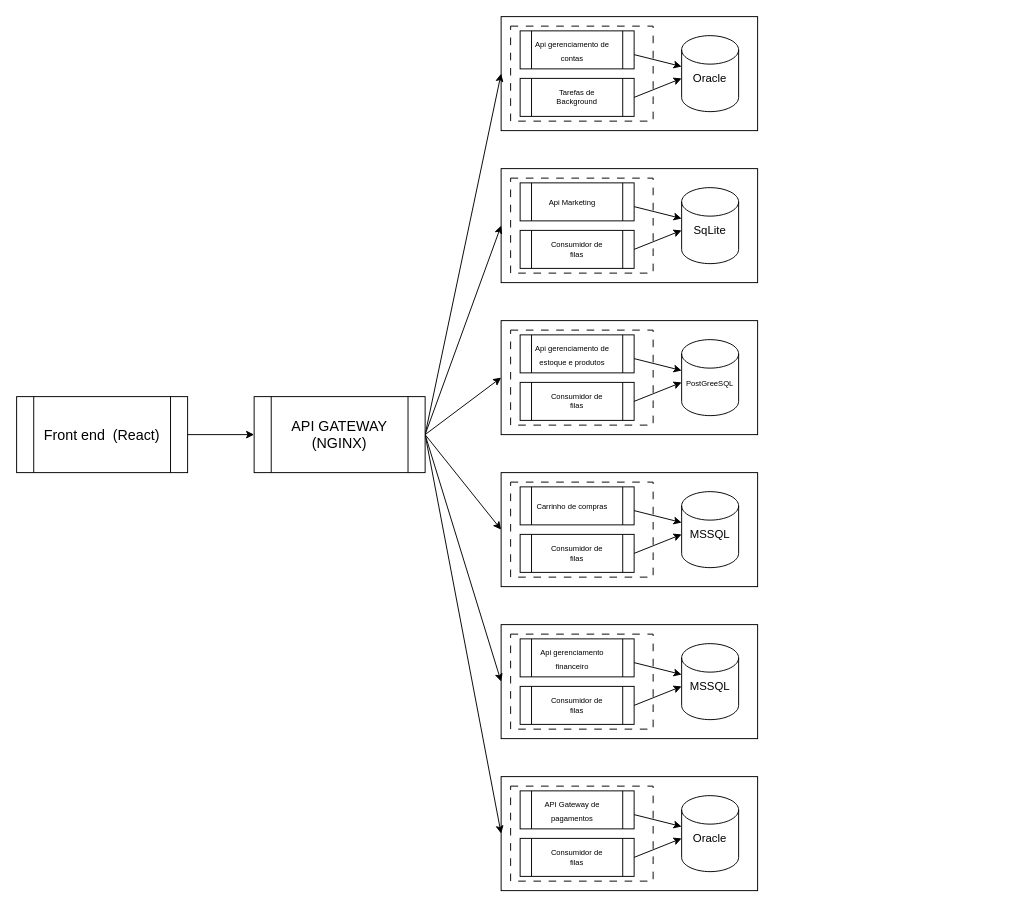
Above: ecommerce.drawio in edusfc15/desenvolvimento_de_servicos_web (draw.io), before the change. Source tidied: cells renumbered, new cells numbered last; positions are measured from the earlier drawing's top-left corner, leaving out a move shared by most shapes. Both pictures are drawn from the tidied source at 95%, with x=0, y=0 at pixel (16, 16).
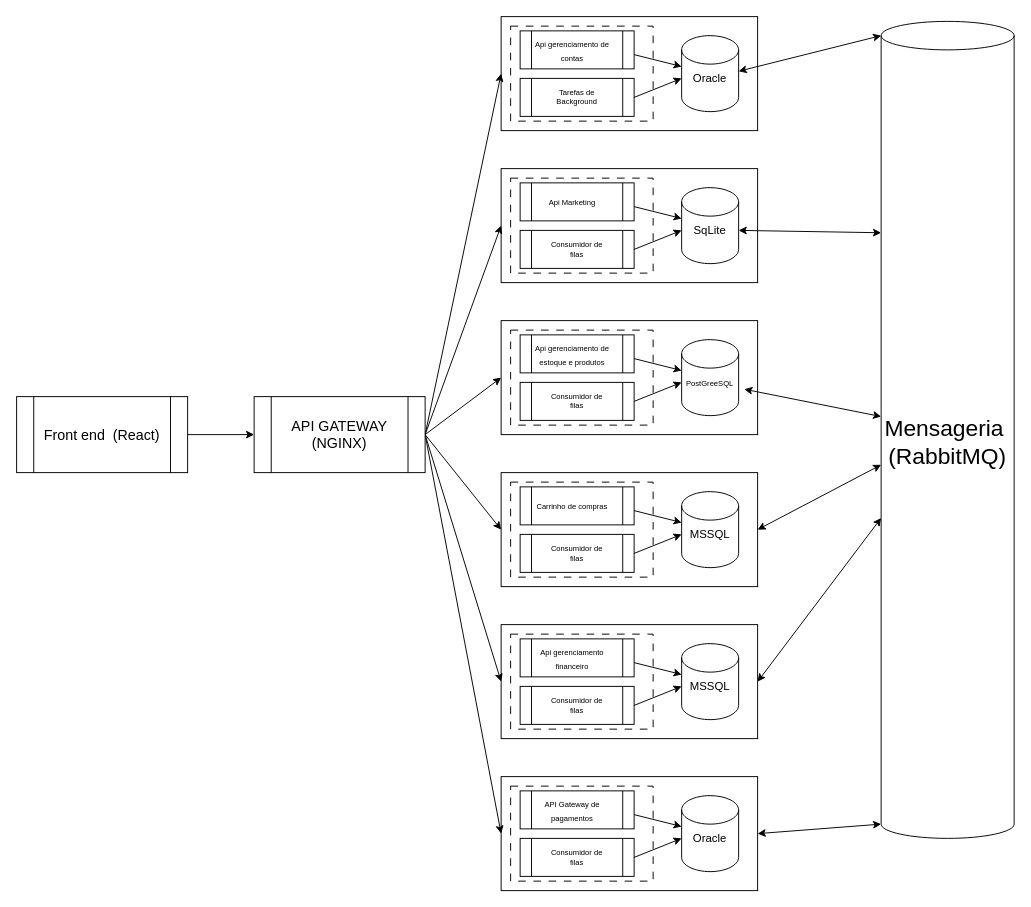
After the change.

Commit message (it also covers changes not shown here):
Adição da mensageria RABBITMQ

Unchanged cells that the change refers to:
```xml
<mxCell id="2" style="whiteSpace=wrap;html=1;" parent="1" vertex="1">
  <mxGeometry x="510" width="270" height="120" as="geometry" />
</mxCell>
<mxCell id="9" value="Oracle" style="text;strokeColor=none;align=center;fillColor=none;html=1;verticalAlign=middle;whiteSpace=wrap;rounded=0;dashed=1;dashPattern=8 8;" parent="1" vertex="1">
  <mxGeometry x="700" y="50" width="60" height="30" as="geometry" />
</mxCell>
<mxCell id="19" value="SqLite" style="text;strokeColor=none;align=center;fillColor=none;html=1;verticalAlign=middle;whiteSpace=wrap;rounded=0;dashed=1;dashPattern=8 8;" parent="1" vertex="1">
  <mxGeometry x="700" y="210" width="60" height="30" as="geometry" />
</mxCell>
<mxCell id="29" value="&lt;font style=&quot;font-size: 8px;&quot;&gt;PostGreeSQL&lt;/font&gt;" style="text;strokeColor=none;align=center;fillColor=none;html=1;verticalAlign=middle;whiteSpace=wrap;rounded=0;dashed=1;dashPattern=8 8;perimeterSpacing=6;" parent="1" vertex="1">
  <mxGeometry x="700" y="370" width="60" height="30" as="geometry" />
</mxCell>
<mxCell id="32" style="whiteSpace=wrap;html=1;" parent="1" vertex="1">
  <mxGeometry x="510" y="480" width="270" height="120" as="geometry" />
</mxCell>
<mxCell id="42" style="whiteSpace=wrap;html=1;" parent="1" vertex="1">
  <mxGeometry x="510" y="640" width="270" height="120" as="geometry" />
</mxCell>
<mxCell id="52" style="whiteSpace=wrap;html=1;" parent="1" vertex="1">
  <mxGeometry x="510" y="800" width="270" height="120" as="geometry" />
</mxCell>
```

What changed in the source:
```diff
@@
+    <mxCell id="71" style="edgeStyle=none;html=1;exitX=1;exitY=0.5;exitDx=0;exitDy=0;fontSize=24;entryX=1;entryY=0.5;entryDx=0;entryDy=0;" parent="1" edge="1" source="2" target="2">
+      <mxGeometry relative="1" as="geometry" />
+    </mxCell>
@@
+    <mxCell id="72" style="edgeStyle=none;html=1;entryX=0;entryY=0;entryDx=0;entryDy=15;entryPerimeter=0;fontSize=24;endArrow=classic;endFill=1;startArrow=classic;startFill=1;" parent="1" edge="1" source="9" target="78">
+      <mxGeometry relative="1" as="geometry" />
+    </mxCell>
@@
+    <mxCell id="73" style="edgeStyle=none;html=1;exitX=1;exitY=0.5;exitDx=0;exitDy=0;entryX=0;entryY=0;entryDx=0;entryDy=222.5;entryPerimeter=0;fontSize=24;startArrow=classic;startFill=1;" parent="1" edge="1" source="19" target="78">
+      <mxGeometry relative="1" as="geometry" />
+    </mxCell>
@@
+    <mxCell id="74" style="edgeStyle=none;html=1;fontSize=24;startArrow=classic;startFill=1;" parent="1" edge="1" source="29" target="78">
+      <mxGeometry relative="1" as="geometry" />
+    </mxCell>
@@
+    <mxCell id="75" style="edgeStyle=none;html=1;exitX=1;exitY=0.5;exitDx=0;exitDy=0;fontSize=24;startArrow=classic;startFill=1;" parent="1" edge="1" source="32" target="78">
+      <mxGeometry relative="1" as="geometry" />
+    </mxCell>
@@
+    <mxCell id="76" style="edgeStyle=none;html=1;exitX=1;exitY=0.5;exitDx=0;exitDy=0;fontSize=24;startArrow=classic;startFill=1;" parent="1" edge="1" source="42" target="78">
+      <mxGeometry relative="1" as="geometry" />
+    </mxCell>
@@
+    <mxCell id="77" style="edgeStyle=none;html=1;exitX=1;exitY=0.5;exitDx=0;exitDy=0;fontSize=24;entryX=0;entryY=1;entryDx=0;entryDy=-15;entryPerimeter=0;startArrow=classic;startFill=1;" parent="1" edge="1" source="52" target="78">
+      <mxGeometry relative="1" as="geometry" />
+    </mxCell>
@@
+    <mxCell id="78" value="&lt;font style=&quot;font-size: 24px;&quot;&gt;Mensageria&amp;nbsp; (RabbitMQ)&lt;/font&gt;" style="shape=cylinder3;whiteSpace=wrap;html=1;boundedLbl=1;backgroundOutline=1;size=15;" parent="1" vertex="1">
+      <mxGeometry x="910" y="5" width="140" height="860" as="geometry" />
+    </mxCell>
```
